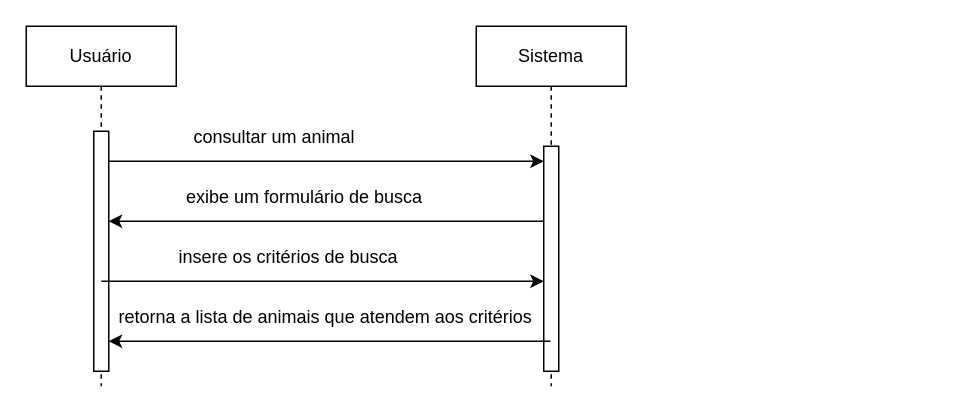
JoaoGans/DRAW.tcc keeps this draw.io diagram as Diagrama de Sequência(RF005).drawio. Above is the earlier version. Source tidied: cells renumbered, new cells numbered last; positions are measured from the earlier drawing's top-left corner, leaving out a move shared by most shapes. Both pictures are drawn from the tidied source at 150%, with x=0, y=0 at pixel (26, 26).
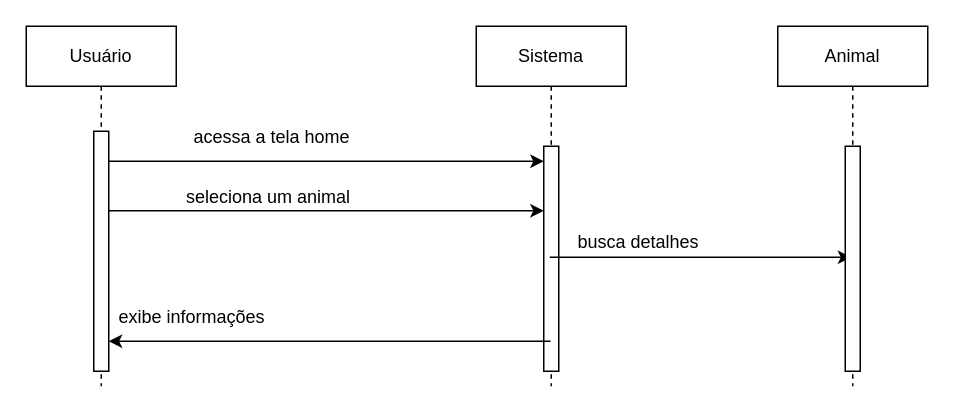
The same diagram, later.

The edit, as a diff of the source:
```diff
@@
 <mxGraphModel>
   <root>
     <mxCell id="0" />
     <mxCell id="1" parent="0" />
     <mxCell id="2" value="Usuário" style="shape=umlLifeline;perimeter=lifelinePerimeter;whiteSpace=wrap;html=1;newEdgeStyle={&quot;edgeStyle&quot;:&quot;elbowEdgeStyle&quot;,&quot;elbow&quot;:&quot;vertical&quot;,&quot;curved&quot;:0,&quot;rounded&quot;:0};" parent="1" vertex="1">
       <mxGeometry width="100" height="240" as="geometry" />
     </mxCell>
     <mxCell id="3" style="html=1;perimeter=orthogonalPerimeter;targetShapes=umlLifeline;newEdgeStyle={&quot;edgeStyle&quot;:&quot;elbowEdgeStyle&quot;,&quot;elbow&quot;:&quot;vertical&quot;,&quot;curved&quot;:0,&quot;rounded&quot;:0};" parent="2" vertex="1">
       <mxGeometry x="45" y="70" width="10" height="160" as="geometry" />
     </mxCell>
     <mxCell id="4" value="Sistema" style="shape=umlLifeline;perimeter=lifelinePerimeter;whiteSpace=wrap;html=1;outlineConnect=0;portConstraint=eastwest;newEdgeStyle={&quot;edgeStyle&quot;:&quot;elbowEdgeStyle&quot;,&quot;elbow&quot;:&quot;vertical&quot;,&quot;curved&quot;:0,&quot;rounded&quot;:0};" parent="1" vertex="1">
       <mxGeometry x="300" width="100" height="240" as="geometry" />
     </mxCell>
     <mxCell id="5" style="html=1;points=[];perimeter=orthogonalPerimeter;outlineConnect=0;targetShapes=umlLifeline;portConstraint=eastwest;newEdgeStyle={&quot;edgeStyle&quot;:&quot;elbowEdgeStyle&quot;,&quot;elbow&quot;:&quot;vertical&quot;,&quot;curved&quot;:0,&quot;rounded&quot;:0};" parent="4" vertex="1">
       <mxGeometry x="45" y="80" width="10" height="150" as="geometry" />
     </mxCell>
     <mxCell id="6" style="endArrow=classic;html=1;rounded=0;" parent="1" edge="1" target="5">
       <mxGeometry relative="1" as="geometry">
         <mxPoint x="55" y="90" as="sourcePoint" />
       </mxGeometry>
     </mxCell>
-    <mxCell id="7" value=" consultar um animal" style="text;whiteSpace=wrap;html=1;" parent="1" vertex="1">
+    <mxCell id="7" value=" acessa a tela home" style="text;whiteSpace=wrap;html=1;" parent="1" vertex="1">
       <mxGeometry x="110" y="60" width="180" height="40" as="geometry" />
     </mxCell>
-    <mxCell id="8" style="endArrow=classic;html=1;rounded=0;" parent="1" edge="1" source="5">
-      <mxGeometry relative="1" as="geometry">
-        <mxPoint x="55" y="130" as="targetPoint" />
-      </mxGeometry>
-    </mxCell>
-    <mxCell id="9" style="endArrow=classic;html=1;rounded=0;" parent="1" edge="1" target="5">
+    <mxCell id="9" style="endArrow=classic;html=1;rounded=0;" parent="1" edge="1">
       <mxGeometry relative="1" as="geometry">
-        <mxPoint x="50" y="170" as="sourcePoint" />
+        <mxPoint x="349" y="154" as="sourcePoint" />
+        <mxPoint x="550" y="154" as="targetPoint" />
       </mxGeometry>
     </mxCell>
     <mxCell id="10" style="endArrow=classic;html=1;rounded=0;" parent="1" edge="1" source="4">
       <mxGeometry relative="1" as="geometry">
         <mxPoint x="55" y="210" as="targetPoint" />
       </mxGeometry>
     </mxCell>
-    <mxCell id="11" value="exibe um formulário de busca" style="text;whiteSpace=wrap;html=1;" parent="1" vertex="1">
+    <mxCell id="11" value="seleciona um animal" style="text;whiteSpace=wrap;html=1;" parent="1" vertex="1">
       <mxGeometry x="105" y="100" width="190" height="40" as="geometry" />
     </mxCell>
-    <mxCell id="12" value="insere os critérios de busca" style="text;whiteSpace=wrap;html=1;" parent="1" vertex="1">
-      <mxGeometry x="100" y="140" width="180" height="40" as="geometry" />
-    </mxCell>
-    <mxCell id="13" value="retorna a lista de animais que atendem aos critérios" style="text;whiteSpace=wrap;html=1;" parent="1" vertex="1">
+    <mxCell id="13" value="exibe informações" style="text;whiteSpace=wrap;html=1;" parent="1" vertex="1">
       <mxGeometry x="60" y="180" width="310" height="40" as="geometry" />
     </mxCell>
+    <mxCell id="14" value="Animal" style="shape=umlLifeline;perimeter=lifelinePerimeter;whiteSpace=wrap;html=1;newEdgeStyle={&quot;edgeStyle&quot;:&quot;elbowEdgeStyle&quot;,&quot;elbow&quot;:&quot;vertical&quot;,&quot;curved&quot;:0,&quot;rounded&quot;:0};" parent="1" vertex="1">
+      <mxGeometry x="501" width="100" height="240" as="geometry" />
+    </mxCell>
+    <mxCell id="15" style="html=1;perimeter=orthogonalPerimeter;targetShapes=umlLifeline;newEdgeStyle={&quot;edgeStyle&quot;:&quot;elbowEdgeStyle&quot;,&quot;elbow&quot;:&quot;vertical&quot;,&quot;curved&quot;:0,&quot;rounded&quot;:0};" parent="14" vertex="1">
+      <mxGeometry x="45" y="80" width="10" height="150" as="geometry" />
+    </mxCell>
+    <mxCell id="16" style="endArrow=classic;html=1;rounded=0;" parent="1" edge="1">
+      <mxGeometry relative="1" as="geometry">
+        <mxPoint x="55" y="123" as="sourcePoint" />
+        <mxPoint x="345" y="123" as="targetPoint" />
+      </mxGeometry>
+    </mxCell>
+    <mxCell id="17" value="busca detalhes" style="text;whiteSpace=wrap;" parent="1" vertex="1">
+      <mxGeometry x="366" y="130" width="109" height="36" as="geometry" />
+    </mxCell>
   </root>
 </mxGraphModel>
```
